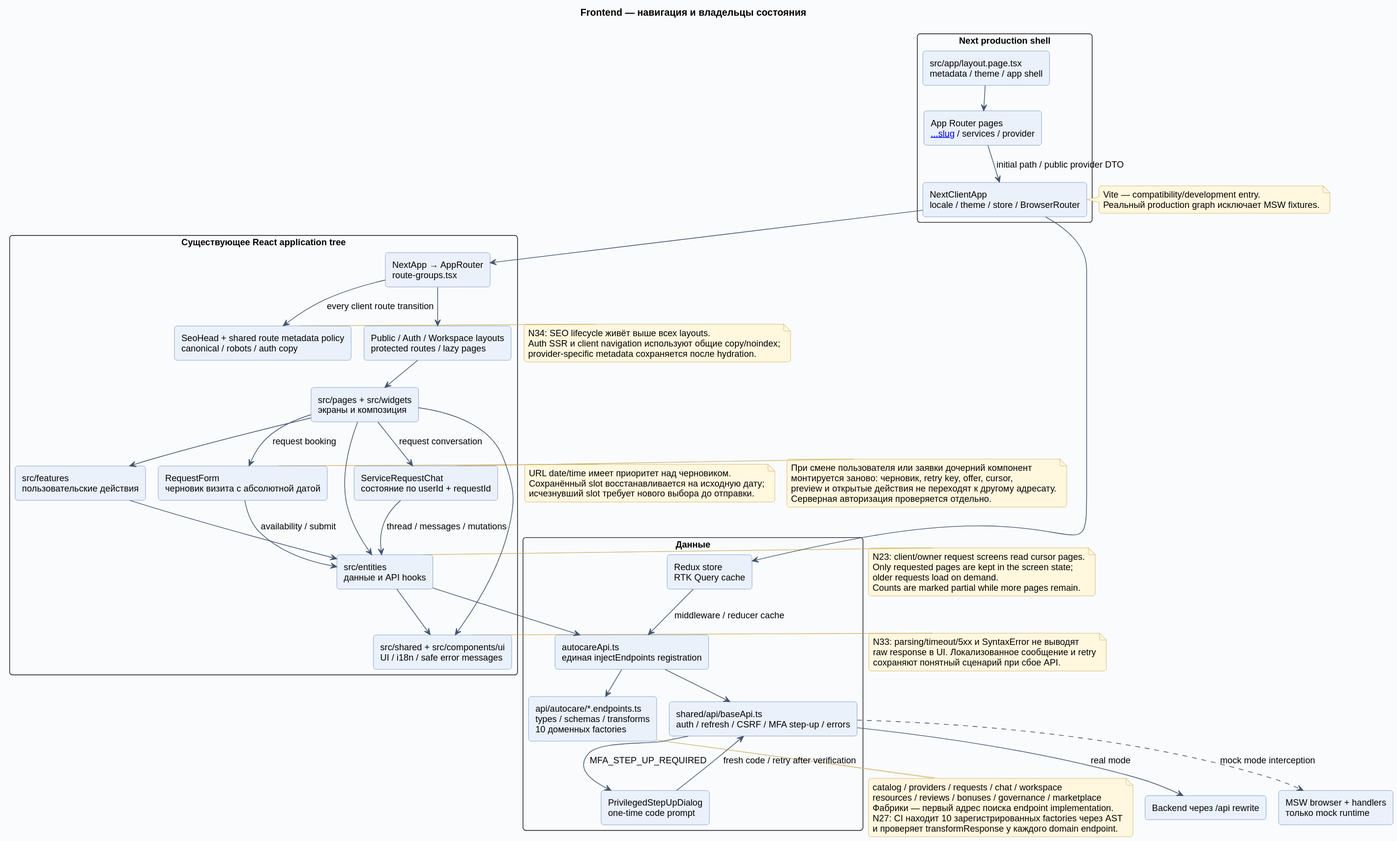
Before: docs/diagrams/rendered/03-frontend.svg, a diagram exported from PlantUML (Dima163163/auto-care-hub).
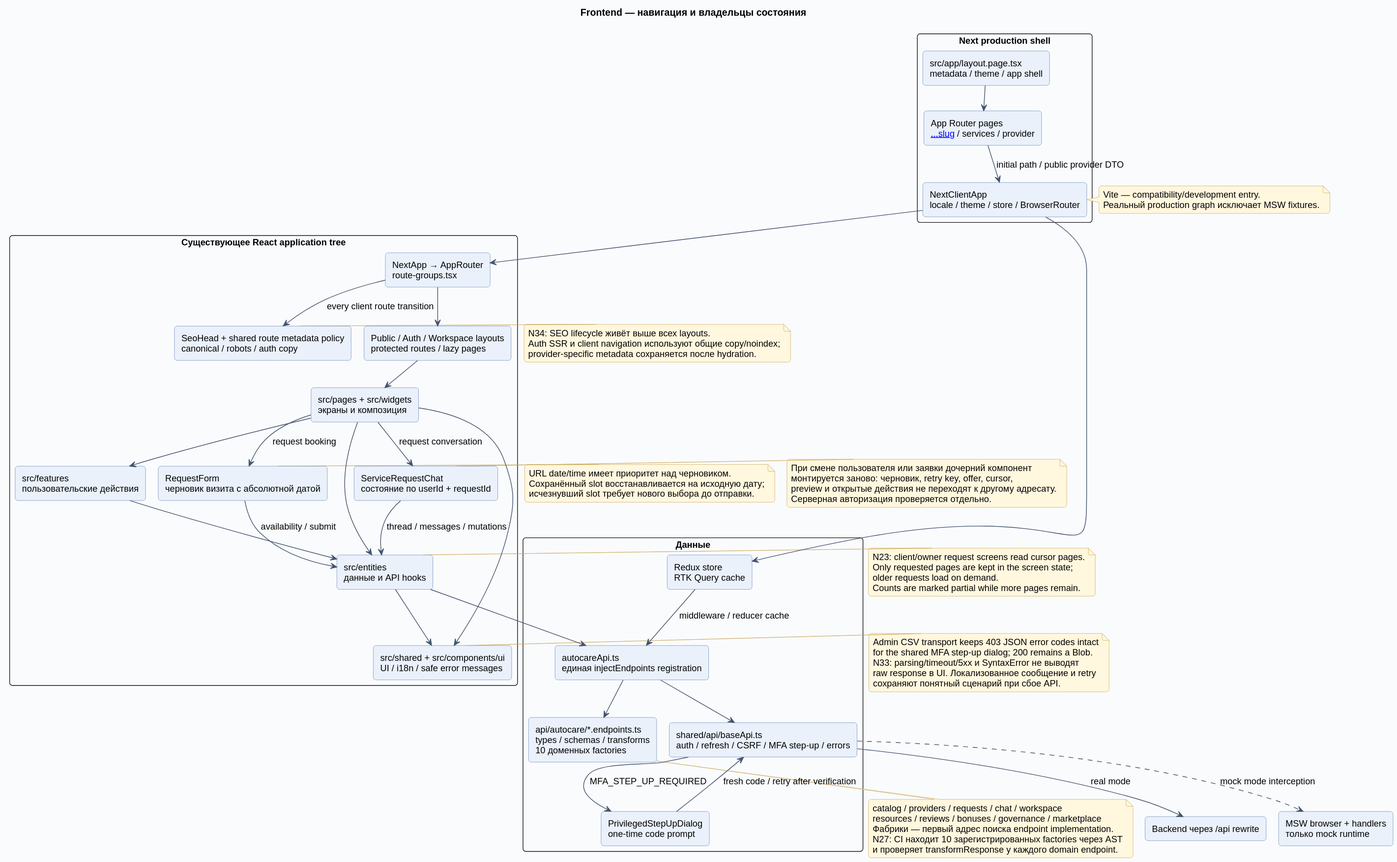
After the commit.

Diff of the diagram source:
```diff
@@ -74,6 +74,8 @@
   provider-specific metadata сохраняется после hydration.
 end note
 note right of Shared
+  Admin CSV transport keeps 403 JSON error codes intact
+  for the shared MFA step-up dialog; 200 remains a Blob.
   N33: parsing/timeout/5xx и SyntaxError не выводят
   raw response в UI. Локализованное сообщение и retry
   сохраняют понятный сценарий при сбое API.
```
